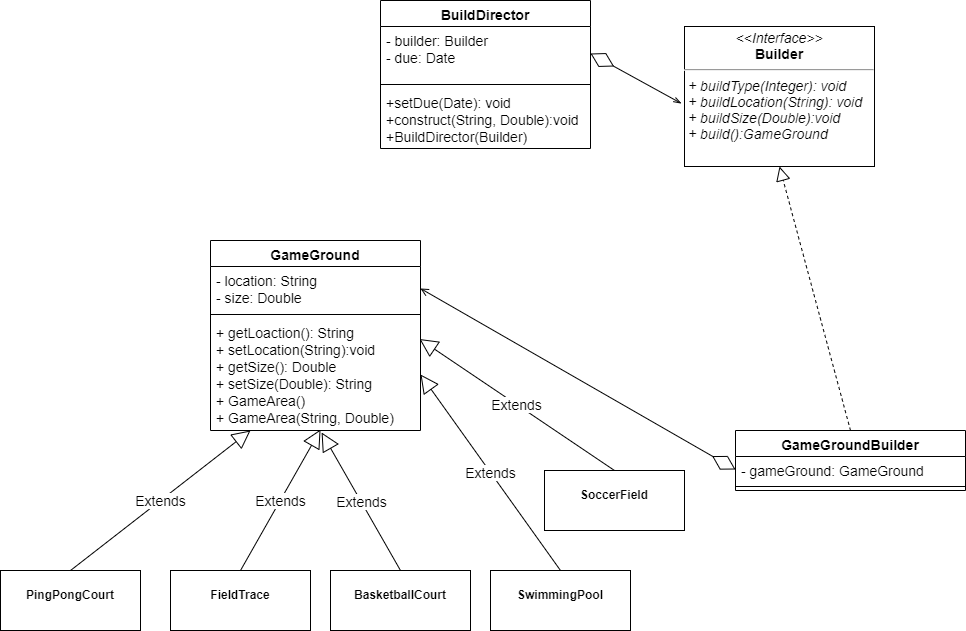
This is class-diagrams/builder.drawio.png from XiaogeS1024/OlympicGames, a draw.io export, as it was before one commit. Source tidied: cells renumbered, new cells last; positions are measured from the earlier drawing's top-left corner, leaving out a move shared by most shapes.
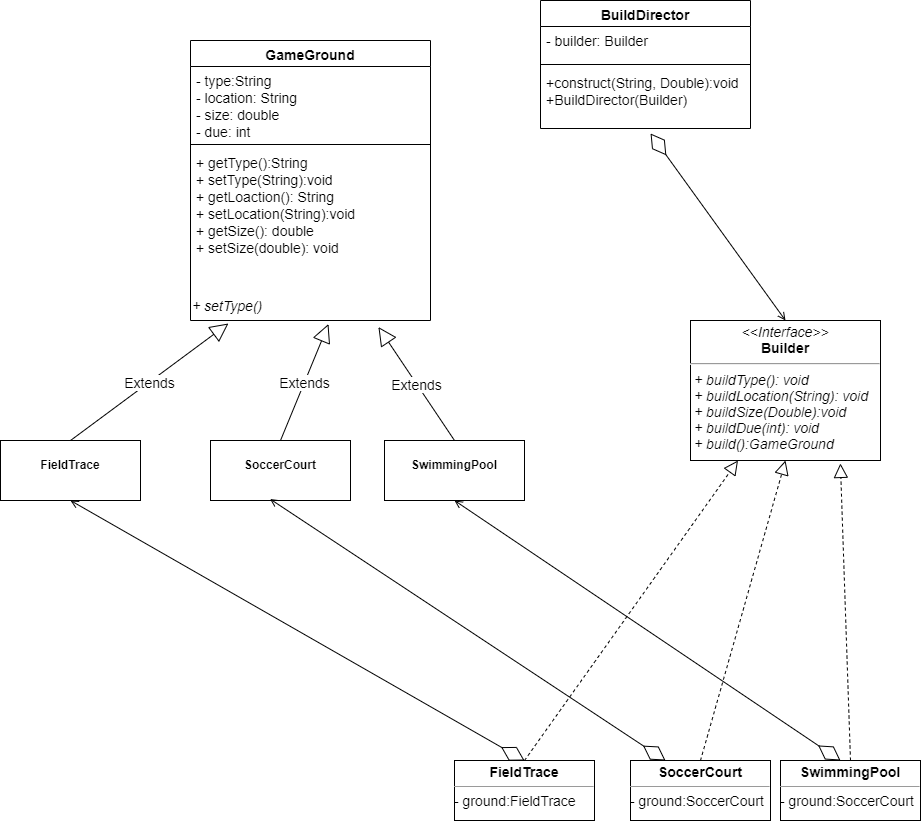
After the change.

Commit message:
class diagram update-Builder

The edit, as a diff of the source:
```diff
@@ -3,81 +3,84 @@
     <mxCell id="0" />
     <mxCell id="1" parent="0" />
     <mxCell id="2" value="GameGround" style="swimlane;fontStyle=1;align=center;verticalAlign=top;horizontal=1;startSize=26;fontSize=14;" parent="1" vertex="1">
-      <mxGeometry x="210" y="240" width="210" height="190" as="geometry" />
+      <mxGeometry x="210" y="180" width="240" height="280" as="geometry" />
     </mxCell>
-    <mxCell id="3" value="- location: String&#10;- size: Double" style="text;strokeColor=none;fillColor=none;align=left;verticalAlign=top;spacingLeft=4;spacingRight=4;overflow=hidden;points=[[0,0.5],[1,0.5]];portConstraint=eastwest;fontSize=14;" parent="2" vertex="1">
-      <mxGeometry y="26" width="210" height="44" as="geometry" />
+    <mxCell id="3" value="- type:String&#10;- location: String&#10;- size: double&#10;- due: int" style="text;strokeColor=none;fillColor=none;align=left;verticalAlign=top;spacingLeft=4;spacingRight=4;overflow=hidden;points=[[0,0.5],[1,0.5]];portConstraint=eastwest;fontSize=14;" parent="2" vertex="1">
+      <mxGeometry y="26" width="240" height="74" as="geometry" />
     </mxCell>
     <mxCell id="4" style="line;strokeWidth=1;fillColor=none;align=left;verticalAlign=middle;spacingTop=-1;spacingLeft=3;spacingRight=3;labelPosition=right;" parent="2" vertex="1">
-      <mxGeometry y="70" width="210" height="8" as="geometry" />
+      <mxGeometry y="100" width="240" height="8" as="geometry" />
     </mxCell>
-    <mxCell id="5" value="+ getLoaction(): String&#10;+ setLocation(String):void&#10;+ getSize(): Double&#10;+ setSize(Double): String&#10;+ GameArea()&#10;+ GameArea(String, Double)" style="text;strokeColor=none;fillColor=none;align=left;verticalAlign=top;spacingLeft=4;spacingRight=4;overflow=hidden;points=[[0,0.5],[1,0.5]];portConstraint=eastwest;fontSize=14;" parent="2" vertex="1">
-      <mxGeometry y="78" width="210" height="112" as="geometry" />
+    <mxCell id="5" value="+ getType():String&#10;+ setType(String):void&#10;+ getLoaction(): String&#10;+ setLocation(String):void&#10;+ getSize(): double&#10;+ setSize(double): void&#10;" style="text;strokeColor=none;fillColor=none;align=left;verticalAlign=top;spacingLeft=4;spacingRight=4;overflow=hidden;points=[[0,0.5],[1,0.5]];portConstraint=eastwest;fontSize=14;fontStyle=0;" parent="2" vertex="1">
+      <mxGeometry y="108" width="240" height="142" as="geometry" />
     </mxCell>
+    <mxCell id="27" value="&lt;i&gt;+ setType()&lt;/i&gt;" style="text;html=1;strokeColor=none;fillColor=none;align=left;verticalAlign=middle;whiteSpace=wrap;rounded=0;fontSize=14;" parent="2" vertex="1">
+      <mxGeometry y="250" width="240" height="30" as="geometry" />
+    </mxCell>
     <mxCell id="6" value="&lt;p style=&quot;margin: 0px ; margin-top: 4px ; text-align: center&quot;&gt;&lt;br&gt;&lt;b&gt;FieldTrace&lt;/b&gt;&lt;/p&gt;" style="verticalAlign=top;align=left;overflow=fill;fontSize=12;fontFamily=Helvetica;html=1;" parent="1" vertex="1">
-      <mxGeometry x="170" y="570" width="140" height="60" as="geometry" />
+      <mxGeometry x="20" y="580" width="140" height="60" as="geometry" />
     </mxCell>
-    <mxCell id="7" value="Extends" style="endArrow=block;endSize=16;endFill=0;html=1;fontSize=14;exitX=0.5;exitY=0;exitDx=0;exitDy=0;entryX=0.524;entryY=0.991;entryDx=0;entryDy=0;entryPerimeter=0;" parent="1" edge="1" source="6" target="5">
+    <mxCell id="7" value="Extends" style="endArrow=block;endSize=16;endFill=0;html=1;fontSize=14;exitX=0.5;exitY=0;exitDx=0;exitDy=0;entryX=0.158;entryY=1.1;entryDx=0;entryDy=0;entryPerimeter=0;" parent="1" edge="1" source="6" target="27">
       <mxGeometry relative="1" as="geometry" />
     </mxCell>
-    <mxCell id="8" value="&lt;p style=&quot;margin: 0px ; margin-top: 4px ; text-align: center&quot;&gt;&lt;br&gt;&lt;b&gt;BasketballCourt&lt;/b&gt;&lt;/p&gt;" style="verticalAlign=top;align=left;overflow=fill;fontSize=12;fontFamily=Helvetica;html=1;" parent="1" vertex="1">
-      <mxGeometry x="330" y="570" width="140" height="60" as="geometry" />
-    </mxCell>
-    <mxCell id="9" value="Extends" style="endArrow=block;endSize=16;endFill=0;html=1;fontSize=14;exitX=0.5;exitY=0;exitDx=0;exitDy=0;entryX=0.529;entryY=1.018;entryDx=0;entryDy=0;entryPerimeter=0;" parent="1" edge="1" source="8" target="5">
-      <mxGeometry relative="1" as="geometry" />
-    </mxCell>
     <mxCell id="10" value="&lt;p style=&quot;margin: 0px ; margin-top: 4px ; text-align: center&quot;&gt;&lt;br&gt;&lt;b&gt;SwimmingPool&lt;/b&gt;&lt;/p&gt;" style="verticalAlign=top;align=left;overflow=fill;fontSize=12;fontFamily=Helvetica;html=1;" parent="1" vertex="1">
-      <mxGeometry x="490" y="570" width="140" height="60" as="geometry" />
+      <mxGeometry x="404" y="580" width="140" height="60" as="geometry" />
     </mxCell>
-    <mxCell id="11" value="Extends" style="endArrow=block;endSize=16;endFill=0;html=1;fontSize=14;exitX=0.5;exitY=0;exitDx=0;exitDy=0;entryX=1;entryY=0.5;entryDx=0;entryDy=0;" parent="1" edge="1" source="10" target="5">
+    <mxCell id="11" value="Extends" style="endArrow=block;endSize=16;endFill=0;html=1;fontSize=14;exitX=0.5;exitY=0;exitDx=0;exitDy=0;entryX=0.783;entryY=1.217;entryDx=0;entryDy=0;entryPerimeter=0;" parent="1" edge="1" source="10" target="27">
       <mxGeometry relative="1" as="geometry" />
     </mxCell>
-    <mxCell id="12" value="&lt;p style=&quot;margin: 0px ; margin-top: 4px ; text-align: center&quot;&gt;&lt;br&gt;&lt;b&gt;PingPongCourt&lt;/b&gt;&lt;/p&gt;&lt;p style=&quot;margin: 0px ; margin-top: 4px ; text-align: center&quot;&gt;&lt;b&gt;&lt;br&gt;&lt;/b&gt;&lt;/p&gt;" style="verticalAlign=top;align=left;overflow=fill;fontSize=12;fontFamily=Helvetica;html=1;" parent="1" vertex="1">
-      <mxGeometry y="570" width="140" height="60" as="geometry" />
-    </mxCell>
-    <mxCell id="13" value="&lt;p style=&quot;margin: 0px ; margin-top: 4px ; text-align: center&quot;&gt;&lt;br&gt;&lt;b&gt;SoccerField&lt;/b&gt;&lt;/p&gt;&lt;p style=&quot;margin: 0px ; margin-top: 4px ; text-align: center&quot;&gt;&lt;b&gt;&lt;br&gt;&lt;/b&gt;&lt;/p&gt;" style="verticalAlign=top;align=left;overflow=fill;fontSize=12;fontFamily=Helvetica;html=1;" parent="1" vertex="1">
-      <mxGeometry x="544" y="470" width="140" height="60" as="geometry" />
+    <mxCell id="13" value="&lt;p style=&quot;margin: 0px ; margin-top: 4px ; text-align: center&quot;&gt;&lt;br&gt;&lt;b&gt;SoccerCourt&lt;/b&gt;&lt;/p&gt;&lt;p style=&quot;margin: 0px ; margin-top: 4px ; text-align: center&quot;&gt;&lt;b&gt;&lt;br&gt;&lt;/b&gt;&lt;/p&gt;" style="verticalAlign=top;align=left;overflow=fill;fontSize=12;fontFamily=Helvetica;html=1;" parent="1" vertex="1">
+      <mxGeometry x="230" y="580" width="140" height="60" as="geometry" />
     </mxCell>
-    <mxCell id="14" value="Extends" style="endArrow=block;endSize=16;endFill=0;html=1;fontSize=14;exitX=0.5;exitY=0;exitDx=0;exitDy=0;" parent="1" edge="1" source="12">
-      <mxGeometry relative="1" as="geometry">
-        <mxPoint x="250" y="430" as="targetPoint" />
-      </mxGeometry>
-    </mxCell>
-    <mxCell id="15" value="Extends" style="endArrow=block;endSize=16;endFill=0;html=1;fontSize=14;exitX=0.5;exitY=0;exitDx=0;exitDy=0;entryX=0.995;entryY=0.183;entryDx=0;entryDy=0;entryPerimeter=0;" parent="1" edge="1" source="13" target="5">
+    <mxCell id="15" value="Extends" style="endArrow=block;endSize=16;endFill=0;html=1;fontSize=14;exitX=0.5;exitY=0;exitDx=0;exitDy=0;entryX=0.575;entryY=1.117;entryDx=0;entryDy=0;entryPerimeter=0;" parent="1" edge="1" source="13" target="27">
       <mxGeometry relative="1" as="geometry" />
     </mxCell>
-    <mxCell id="16" style="endArrow=diamondThin;endFill=0;endSize=24;html=1;fontSize=14;entryX=0;entryY=0.5;entryDx=0;entryDy=0;exitX=1;exitY=0.5;exitDx=0;exitDy=0;startArrow=open;startFill=0;" parent="1" edge="1" source="3" target="19">
+    <mxCell id="16" style="endArrow=diamondThin;endFill=0;endSize=24;html=1;fontSize=14;entryX=0.5;entryY=0;entryDx=0;entryDy=0;startArrow=open;startFill=0;exitX=0.5;exitY=1;exitDx=0;exitDy=0;" parent="1" edge="1" source="6" target="29">
       <mxGeometry relative="1" as="geometry" />
     </mxCell>
-    <mxCell id="17" style="endArrow=block;dashed=1;endFill=0;endSize=12;html=1;fontSize=14;entryX=0.5;entryY=1;entryDx=0;entryDy=0;exitX=0.5;exitY=0;exitDx=0;exitDy=0;" parent="1" edge="1" source="18" target="26">
-      <mxGeometry relative="1" as="geometry" />
-    </mxCell>
-    <mxCell id="18" value="GameGroundBuilder" style="swimlane;fontStyle=1;align=center;verticalAlign=top;horizontal=1;startSize=26;fontSize=14;" parent="1" vertex="1">
-      <mxGeometry x="735" y="430" width="230" height="60" as="geometry" />
-    </mxCell>
-    <mxCell id="19" value="- gameGround: GameGround" style="text;strokeColor=none;fillColor=none;align=left;verticalAlign=top;spacingLeft=4;spacingRight=4;overflow=hidden;points=[[0,0.5],[1,0.5]];portConstraint=eastwest;fontSize=14;" parent="18" vertex="1">
-      <mxGeometry y="26" width="230" height="26" as="geometry" />
-    </mxCell>
-    <mxCell id="20" style="line;strokeWidth=1;fillColor=none;align=left;verticalAlign=middle;spacingTop=-1;spacingLeft=3;spacingRight=3;labelPosition=right;" parent="18" vertex="1">
-      <mxGeometry y="52" width="230" height="8" as="geometry" />
-    </mxCell>
     <mxCell id="21" value="BuildDirector" style="swimlane;fontStyle=1;align=center;verticalAlign=top;horizontal=1;startSize=26;fontSize=14;" parent="1" vertex="1">
-      <mxGeometry x="380" width="210" height="148" as="geometry" />
+      <mxGeometry x="560" y="140" width="210" height="128" as="geometry" />
     </mxCell>
-    <mxCell id="22" value="- builder: Builder&#10;- due: Date" style="text;strokeColor=none;fillColor=none;align=left;verticalAlign=top;spacingLeft=4;spacingRight=4;overflow=hidden;points=[[0,0.5],[1,0.5]];portConstraint=eastwest;fontSize=14;" parent="21" vertex="1">
-      <mxGeometry y="26" width="210" height="54" as="geometry" />
+    <mxCell id="22" value="- builder: Builder" style="text;strokeColor=none;fillColor=none;align=left;verticalAlign=top;spacingLeft=4;spacingRight=4;overflow=hidden;points=[[0,0.5],[1,0.5]];portConstraint=eastwest;fontSize=14;" parent="21" vertex="1">
+      <mxGeometry y="26" width="210" height="34" as="geometry" />
     </mxCell>
     <mxCell id="23" style="line;strokeWidth=1;fillColor=none;align=left;verticalAlign=middle;spacingTop=-1;spacingLeft=3;spacingRight=3;labelPosition=right;" parent="21" vertex="1">
-      <mxGeometry y="80" width="210" height="8" as="geometry" />
+      <mxGeometry y="60" width="210" height="8" as="geometry" />
     </mxCell>
-    <mxCell id="24" value="+setDue(Date): void&#10;+construct(String, Double):void&#10;+BuildDirector(Builder)" style="text;strokeColor=none;fillColor=none;align=left;verticalAlign=top;spacingLeft=4;spacingRight=4;overflow=hidden;points=[[0,0.5],[1,0.5]];portConstraint=eastwest;fontSize=14;" parent="21" vertex="1">
-      <mxGeometry y="88" width="210" height="60" as="geometry" />
+    <mxCell id="24" value="+construct(String, Double):void&#10;+BuildDirector(Builder)" style="text;strokeColor=none;fillColor=none;align=left;verticalAlign=top;spacingLeft=4;spacingRight=4;overflow=hidden;points=[[0,0.5],[1,0.5]];portConstraint=eastwest;fontSize=14;" parent="21" vertex="1">
+      <mxGeometry y="68" width="210" height="60" as="geometry" />
     </mxCell>
-    <mxCell id="25" style="endArrow=diamondThin;endFill=0;endSize=24;html=1;fontSize=14;entryX=1;entryY=0.5;entryDx=0;entryDy=0;exitX=-0.016;exitY=0.55;exitDx=0;exitDy=0;exitPerimeter=0;startArrow=openThin;startFill=0;" parent="1" edge="1" source="26" target="22">
-      <mxGeometry relative="1" as="geometry" />
-    </mxCell>
-    <mxCell id="26" value="&lt;p style=&quot;margin: 4px 0px 0px; text-align: center; font-size: 14px;&quot;&gt;&lt;i style=&quot;font-size: 14px;&quot;&gt;&amp;lt;&amp;lt;Interface&amp;gt;&amp;gt;&lt;/i&gt;&lt;br style=&quot;font-size: 14px;&quot;&gt;&lt;b style=&quot;font-size: 14px;&quot;&gt;Builder&lt;/b&gt;&lt;/p&gt;&lt;hr style=&quot;font-size: 14px;&quot;&gt;&lt;p style=&quot;margin: 0px 0px 0px 4px; font-size: 14px;&quot;&gt;&lt;/p&gt;&lt;p style=&quot;margin: 0px 0px 0px 4px; font-size: 14px;&quot;&gt;&lt;span style=&quot;font-size: 14px; font-style: italic;&quot;&gt;+&amp;nbsp;buildType(Integer): void&lt;/span&gt;&lt;br style=&quot;padding: 0px; margin: 0px; font-size: 14px; font-style: italic;&quot;&gt;&lt;span style=&quot;font-size: 14px; font-style: italic;&quot;&gt;+&amp;nbsp;buildLocation(String): void&lt;/span&gt;&lt;br style=&quot;padding: 0px; margin: 0px; font-size: 14px; font-style: italic;&quot;&gt;&lt;span style=&quot;font-size: 14px; font-style: italic;&quot;&gt;+&amp;nbsp;buildSize(Double):void&lt;/span&gt;&lt;br style=&quot;padding: 0px; margin: 0px; font-size: 14px; font-style: italic;&quot;&gt;&lt;span style=&quot;font-size: 14px; font-style: italic;&quot;&gt;+&amp;nbsp;build():GameGround&lt;/span&gt;&lt;br style=&quot;font-size: 14px;&quot;&gt;&lt;/p&gt;" style="verticalAlign=top;align=left;overflow=fill;fontSize=14;fontFamily=Helvetica;html=1;" parent="1" vertex="1">
-      <mxGeometry x="684" y="26" width="190" height="140" as="geometry" />
+    <mxCell id="26" value="&lt;p style=&quot;margin: 4px 0px 0px ; text-align: center ; font-size: 14px&quot;&gt;&lt;i style=&quot;font-size: 14px&quot;&gt;&amp;lt;&amp;lt;Interface&amp;gt;&amp;gt;&lt;/i&gt;&lt;br style=&quot;font-size: 14px&quot;&gt;&lt;b style=&quot;font-size: 14px&quot;&gt;Builder&lt;/b&gt;&lt;/p&gt;&lt;hr style=&quot;font-size: 14px&quot;&gt;&lt;p style=&quot;margin: 0px 0px 0px 4px ; font-size: 14px&quot;&gt;&lt;/p&gt;&lt;p style=&quot;margin: 0px 0px 0px 4px ; font-size: 14px&quot;&gt;&lt;span style=&quot;font-size: 14px ; font-style: italic&quot;&gt;+&amp;nbsp;buildType(): void&lt;/span&gt;&lt;br style=&quot;padding: 0px ; margin: 0px ; font-size: 14px ; font-style: italic&quot;&gt;&lt;span style=&quot;font-size: 14px ; font-style: italic&quot;&gt;+&amp;nbsp;buildLocation(String): void&lt;/span&gt;&lt;br style=&quot;padding: 0px ; margin: 0px ; font-size: 14px ; font-style: italic&quot;&gt;&lt;span style=&quot;font-size: 14px ; font-style: italic&quot;&gt;+&amp;nbsp;buildSize(Double):void&lt;/span&gt;&lt;/p&gt;&lt;p style=&quot;margin: 0px 0px 0px 4px ; font-size: 14px&quot;&gt;&lt;i&gt;+ buildDue(int): void&lt;/i&gt;&lt;br style=&quot;padding: 0px ; margin: 0px ; font-size: 14px ; font-style: italic&quot;&gt;&lt;span style=&quot;font-size: 14px ; font-style: italic&quot;&gt;+&amp;nbsp;build():GameGround&lt;/span&gt;&lt;br style=&quot;font-size: 14px&quot;&gt;&lt;/p&gt;" style="verticalAlign=top;align=left;overflow=fill;fontSize=14;fontFamily=Helvetica;html=1;" parent="1" vertex="1">
+      <mxGeometry x="710" y="460" width="190" height="140" as="geometry" />
     </mxCell>
+    <mxCell id="28" style="endArrow=block;dashed=1;endFill=0;endSize=12;html=1;rounded=0;entryX=0.25;entryY=1;entryDx=0;entryDy=0;exitX=0.5;exitY=0;exitDx=0;exitDy=0;" parent="1" edge="1" source="29" target="26">
+      <mxGeometry relative="1" as="geometry" />
+    </mxCell>
+    <mxCell id="29" value="&lt;p style=&quot;margin: 4px 0px 0px ; text-align: center ; font-size: 14px&quot;&gt;&lt;b&gt;FieldTrace&lt;/b&gt;&lt;/p&gt;&lt;hr size=&quot;1&quot;&gt;&lt;div style=&quot;height: 2px ; font-size: 14px&quot;&gt;- ground:FieldTrace&lt;/div&gt;" style="verticalAlign=top;align=left;overflow=fill;fontSize=12;fontFamily=Helvetica;html=1;" parent="1" vertex="1">
+      <mxGeometry x="474" y="900" width="140" height="60" as="geometry" />
+    </mxCell>
+    <mxCell id="30" style="endArrow=block;dashed=1;endFill=0;endSize=12;html=1;rounded=0;exitX=0.5;exitY=0;exitDx=0;exitDy=0;entryX=0.5;entryY=1;entryDx=0;entryDy=0;" parent="1" edge="1" source="31" target="26">
+      <mxGeometry relative="1" as="geometry" />
+    </mxCell>
+    <mxCell id="31" value="&lt;p style=&quot;margin: 4px 0px 0px ; text-align: center ; font-size: 14px&quot;&gt;&lt;b&gt;SoccerCourt&lt;/b&gt;&lt;/p&gt;&lt;hr size=&quot;1&quot;&gt;&lt;div style=&quot;height: 2px ; font-size: 14px&quot;&gt;- ground:SoccerCourt&lt;/div&gt;" style="verticalAlign=top;align=left;overflow=fill;fontSize=12;fontFamily=Helvetica;html=1;" parent="1" vertex="1">
+      <mxGeometry x="650" y="900" width="140" height="60" as="geometry" />
+    </mxCell>
+    <mxCell id="32" style="endArrow=diamondThin;endFill=0;endSize=24;html=1;fontSize=14;entryX=0.25;entryY=0;entryDx=0;entryDy=0;startArrow=open;startFill=0;exitX=0.425;exitY=0.975;exitDx=0;exitDy=0;exitPerimeter=0;" parent="1" edge="1" source="13" target="31">
+      <mxGeometry relative="1" as="geometry" />
+    </mxCell>
+    <mxCell id="33" value="&lt;p style=&quot;margin: 4px 0px 0px ; text-align: center ; font-size: 14px&quot;&gt;&lt;b&gt;SwimmingPool&lt;/b&gt;&lt;/p&gt;&lt;hr size=&quot;1&quot;&gt;&lt;div style=&quot;height: 2px ; font-size: 14px&quot;&gt;- ground:SoccerCourt&lt;/div&gt;" style="verticalAlign=top;align=left;overflow=fill;fontSize=12;fontFamily=Helvetica;html=1;" parent="1" vertex="1">
+      <mxGeometry x="800" y="900" width="140" height="60" as="geometry" />
+    </mxCell>
+    <mxCell id="34" style="endArrow=diamondThin;endFill=0;endSize=24;html=1;fontSize=14;startArrow=open;startFill=0;exitX=0.5;exitY=1;exitDx=0;exitDy=0;" parent="1" edge="1" source="10">
+      <mxGeometry relative="1" as="geometry">
+        <mxPoint x="860" y="900" as="targetPoint" />
+      </mxGeometry>
+    </mxCell>
+    <mxCell id="35" style="endArrow=block;dashed=1;endFill=0;endSize=12;html=1;rounded=0;entryX=0.789;entryY=1.021;entryDx=0;entryDy=0;entryPerimeter=0;exitX=0.5;exitY=0;exitDx=0;exitDy=0;" parent="1" edge="1" source="33" target="26">
+      <mxGeometry relative="1" as="geometry" />
+    </mxCell>
+    <mxCell id="36" style="endArrow=diamondThin;endFill=0;endSize=24;html=1;rounded=0;fontSize=14;entryX=0.524;entryY=1.083;entryDx=0;entryDy=0;entryPerimeter=0;exitX=0.5;exitY=0;exitDx=0;exitDy=0;startArrow=open;startFill=0;" parent="1" edge="1" source="26" target="24">
+      <mxGeometry relative="1" as="geometry" />
+    </mxCell>
   </root>
 </mxGraphModel>
```
